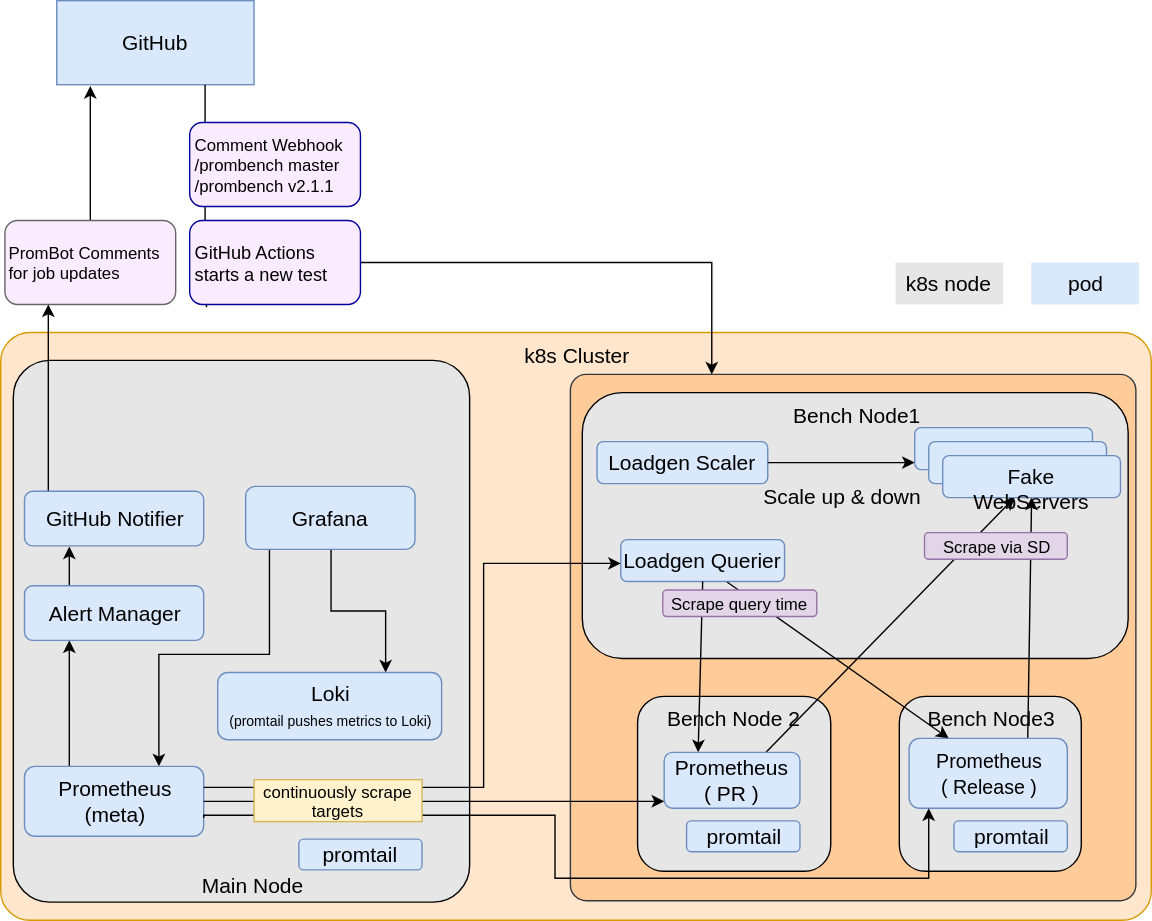
The draw.io diagram prombench/design.svg in prometheus/test-infra, before a commit. Source tidied: cells renumbered, new cells last; positions are measured from the earlier drawing's top-left corner, leaving out a move shared by most shapes.
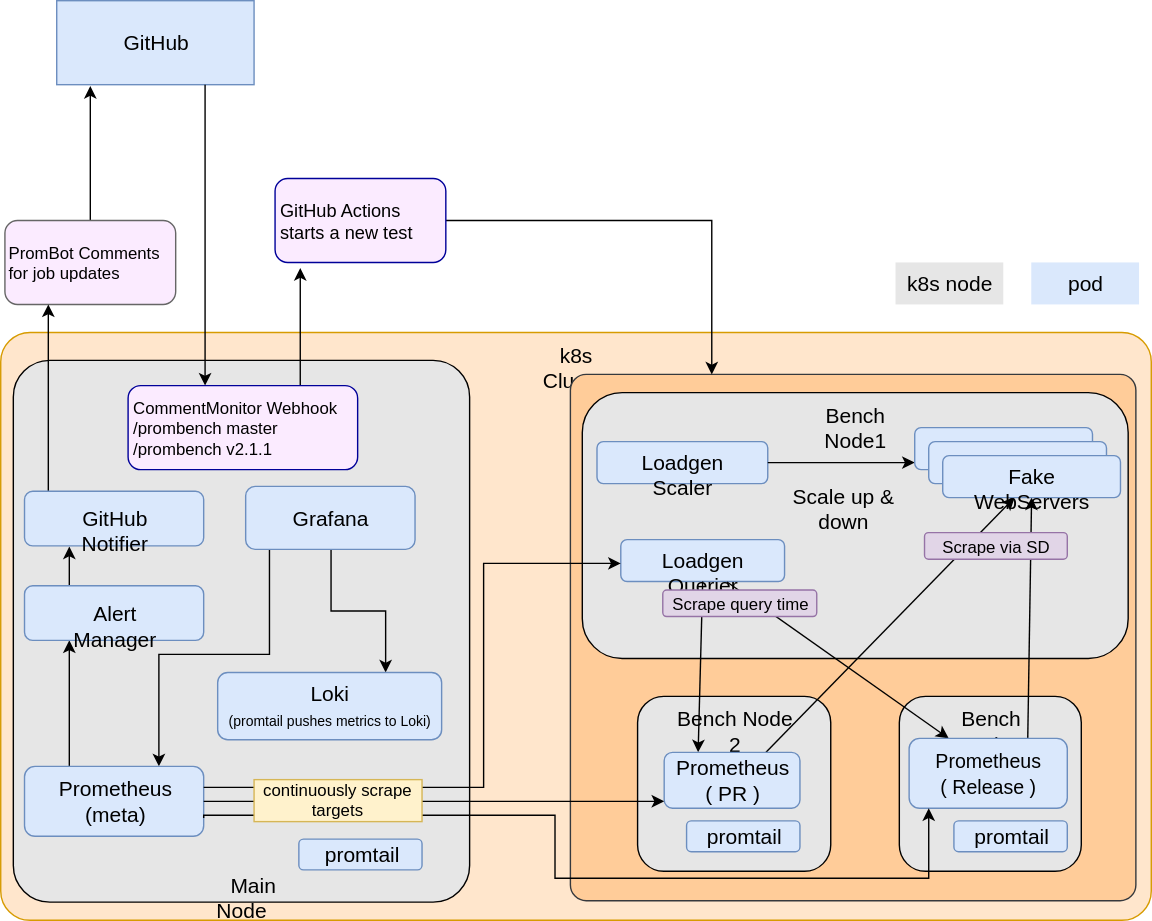
After the commit.

Commit message:
Updated prombench diagram.

The edit, as a diff of the source:
```diff
@@ -34,16 +34,11 @@
     <mxCell id="10" value="Grafana" style="rounded=1;whiteSpace=wrap;html=1;fontSize=15;fontColor=#000000;fillColor=#dae8fc;strokeColor=#6c8ebf;" parent="1" vertex="1">
       <mxGeometry x="175" y="347" width="121" height="45" as="geometry" />
     </mxCell>
-    <mxCell id="11" style="edgeStyle=orthogonalEdgeStyle;rounded=0;html=1;exitX=0.75;exitY=1;entryX=0.098;entryY=1.033;jettySize=auto;fontSize=15;entryDx=0;entryDy=0;entryPerimeter=0;endArrow=none;endFill=0;" parent="1" edge="1" source="4" target="39">
-      <mxGeometry relative="1" as="geometry">
-        <Array as="points">
-          <mxPoint x="146" y="167" />
-          <mxPoint x="148" y="167" />
-        </Array>
-      </mxGeometry>
-    </mxCell>
+    <mxCell id="50" style="edgeStyle=orthogonalEdgeStyle;rounded=0;jettySize=auto;html=1;exitX=0.75;exitY=0;exitDx=0;exitDy=0;entryX=0.148;entryY=1.067;entryDx=0;entryDy=0;entryPerimeter=0;" parent="1" edge="1" source="12" target="39">
+      <mxGeometry relative="1" as="geometry" />
+    </mxCell>
-    <mxCell id="12" value="&lt;div&gt;&lt;span&gt;Comment Webhook&lt;/span&gt;&lt;/div&gt;&lt;div&gt;&lt;span&gt;/prombench master&lt;/span&gt;&lt;/div&gt;&lt;span&gt;&lt;div&gt;&lt;span&gt;/prombench v&lt;/span&gt;&lt;span&gt;2.1.1&lt;/span&gt;&lt;/div&gt;&lt;/span&gt;" style="rounded=1;whiteSpace=wrap;html=1;labelBackgroundColor=none;fillColor=#FBEBFF;strokeColor=#000099;spacingTop=0;spacingLeft=1;align=left;" parent="1" vertex="1">
-      <mxGeometry x="135" y="87" width="122" height="60" as="geometry" />
+    <mxCell id="12" value="&lt;div&gt;&lt;span&gt;CommentMonitor Webhook&lt;/span&gt;&lt;/div&gt;&lt;div&gt;&lt;span&gt;/prombench master&lt;/span&gt;&lt;/div&gt;&lt;span&gt;&lt;div&gt;&lt;span&gt;/prombench v&lt;/span&gt;&lt;span&gt;2.1.1&lt;/span&gt;&lt;/div&gt;&lt;/span&gt;" style="rounded=1;whiteSpace=wrap;html=1;labelBackgroundColor=none;fillColor=#FBEBFF;strokeColor=#000099;spacingTop=0;spacingLeft=1;align=left;" parent="1" vertex="1">
+      <mxGeometry x="91" y="275" width="164" height="60" as="geometry" />
     </mxCell>
     <mxCell id="13" style="edgeStyle=orthogonalEdgeStyle;rounded=0;jumpStyle=none;jettySize=auto;html=1;exitX=0.5;exitY=0;exitDx=0;exitDy=0;entryX=0.17;entryY=1.017;entryDx=0;entryDy=0;entryPerimeter=0;startArrow=none;startFill=0;endArrow=classic;endFill=1;" parent="1" edge="1" source="14" target="4">
       <mxGeometry relative="1" as="geometry" />
@@ -126,7 +121,7 @@
       <mxGeometry relative="1" as="geometry" />
     </mxCell>
     <mxCell id="39" value="&lt;div style=&quot;font-size: 13px&quot;&gt;&lt;font style=&quot;font-size: 13px&quot;&gt;GitHub Actions&amp;nbsp;&lt;/font&gt;&lt;/div&gt;&lt;div style=&quot;font-size: 13px&quot;&gt;&lt;font style=&quot;font-size: 13px&quot;&gt;starts a new test&lt;/font&gt;&lt;br&gt;&lt;/div&gt;" style="rounded=1;whiteSpace=wrap;html=1;labelBackgroundColor=none;fillColor=#FBEBFF;strokeColor=#000099;spacingTop=0;spacingLeft=1;align=left;" parent="1" vertex="1">
-      <mxGeometry x="135" y="157" width="122" height="60" as="geometry" />
+      <mxGeometry x="196" y="127" width="122" height="60" as="geometry" />
     </mxCell>
     <mxCell id="40" value="&lt;font&gt;Loki&lt;br&gt;&lt;font style=&quot;font-size: 10px&quot;&gt;(promtail pushes metrics to Loki)&lt;/font&gt;&lt;/font&gt;" style="rounded=1;whiteSpace=wrap;html=1;fontSize=15;fontColor=#000000;fillColor=#dae8fc;strokeColor=#6c8ebf;align=center;" parent="1" vertex="1">
       <mxGeometry x="155" y="480" width="160" height="48" as="geometry" />
@@ -180,5 +175,13 @@
     <mxCell id="49" value="continuously scrape targets" style="rounded=0;whiteSpace=wrap;html=1;fillColor=#fff2cc;strokeColor=#d6b656;" parent="1" vertex="1">
       <mxGeometry x="181" y="556.5" width="120" height="30" as="geometry" />
     </mxCell>
+    <mxCell id="51" style="edgeStyle=orthogonalEdgeStyle;rounded=0;jettySize=auto;html=1;exitX=0.75;exitY=1;exitDx=0;exitDy=0;" parent="1" edge="1" source="4">
+      <mxGeometry relative="1" as="geometry">
+        <mxPoint x="146" y="275" as="targetPoint" />
+        <Array as="points">
+          <mxPoint x="146" y="275" />
+        </Array>
+      </mxGeometry>
+    </mxCell>
   </root>
 </mxGraphModel>
```
